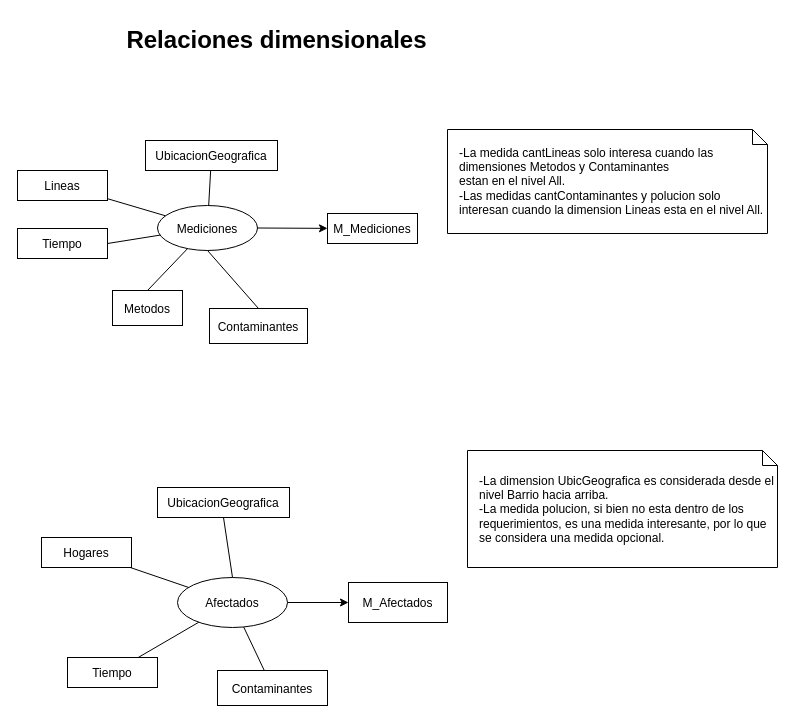
Before: 2. Diseño conceptual/Relaciones dimensionales.drawio in gonzalomelov/dw-calidad-aire-docs, a draw.io diagram. Source tidied: cells renumbered, new cells numbered last; positions are measured from the earlier drawing's top-left corner, leaving out a move shared by most shapes. Both pictures are drawn from the tidied source at 100%, with x=0, y=0 at pixel (17, 17).
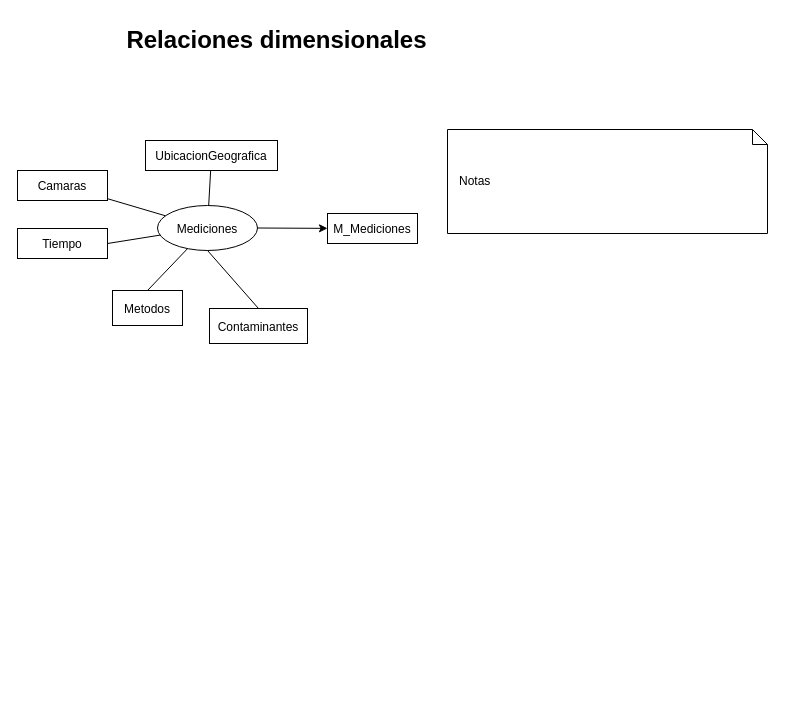
The same page after the edit.

Diff of the diagram source:
```diff
@@
-    <mxCell id="3" value="Lineas" parent="1" vertex="1">
+    <mxCell id="3" value="Camaras" parent="1" vertex="1">
       <mxGeometry y="153" width="90" height="30" as="geometry" />
     </mxCell>
@@
-    <mxCell id="13" value="Hogares" parent="1" vertex="1">
-      <mxGeometry x="24" y="520" width="90" height="30" as="geometry" />
-    </mxCell>
-    <mxCell id="14" value="Contaminantes" parent="1" vertex="1">
-      <mxGeometry x="200" y="653" width="110" height="35" as="geometry" />
-    </mxCell>
-    <mxCell id="15" value="Tiempo" parent="1" vertex="1">
-      <mxGeometry x="50" y="640" width="90" height="30" as="geometry" />
-    </mxCell>
-    <mxCell id="16" value="M_Afectados" parent="1" vertex="1">
-      <mxGeometry x="331" y="565" width="99" height="40" as="geometry" />
-    </mxCell>
-    <mxCell id="17" value="Afectados" style="ellipse;" parent="1" vertex="1">
-      <mxGeometry x="160" y="560" width="110" height="50" as="geometry" />
-    </mxCell>
-    <mxCell id="18" style="edgeStyle=none;endArrow=none;" parent="1" edge="1" source="17" target="13">
-      <mxGeometry relative="1" as="geometry" />
-    </mxCell>
-    <mxCell id="19" style="edgeStyle=none;endArrow=none;" parent="1" edge="1" source="17" target="14">
-      <mxGeometry relative="1" as="geometry" />
-    </mxCell>
-    <mxCell id="20" style="edgeStyle=none;endArrow=none;" parent="1" edge="1" source="17" target="15">
-      <mxGeometry relative="1" as="geometry" />
-    </mxCell>
-    <mxCell id="21" style="edgeStyle=none;" parent="1" edge="1" source="17" target="16">
-      <mxGeometry relative="1" as="geometry" />
-    </mxCell>
@@
-    <mxCell id="25" value="&lt;div&gt;-La medida cantLineas solo interesa cuando las dimensiones Metodos y Contaminantes&lt;/div&gt;&lt;div&gt;estan en el nivel All.&lt;/div&gt;&lt;div&gt;-Las medidas cantContaminantes y polucion solo interesan cuando la dimension Lineas esta en el nivel All.&lt;/div&gt;" style="shape=note;size=15;align=left;spacingLeft=10;html=1;whiteSpace=wrap;" parent="1" vertex="1">
+    <mxCell id="25" value="&lt;div&gt;Notas&lt;/div&gt;" style="shape=note;size=15;align=left;spacingLeft=10;html=1;whiteSpace=wrap;" parent="1" vertex="1">
       <mxGeometry x="430" y="112" width="320" height="104" as="geometry" />
     </mxCell>
-    <mxCell id="26" value="UbicacionGeografica" parent="1" vertex="1">
-      <mxGeometry x="140" y="470" width="132" height="30" as="geometry" />
-    </mxCell>
-    <mxCell id="27" style="edgeStyle=none;endArrow=none;entryX=0.5;entryY=1;exitX=0.5;exitY=0;" parent="1" edge="1" source="17" target="26">
-      <mxGeometry relative="1" as="geometry" />
-    </mxCell>
-    <mxCell id="28" value="&lt;div&gt;-La dimension UbicGeografica es considerada desde el nivel Barrio hacia arriba.&lt;/div&gt;&lt;div&gt;-La medida polucion, si bien no esta dentro de los requerimientos, es una medida interesante, por lo que se considera una medida opcional.&lt;/div&gt;" style="shape=note;size=15;align=left;spacingLeft=10;html=1;whiteSpace=wrap;" parent="1" vertex="1">
-      <mxGeometry x="450" y="433" width="310" height="117" as="geometry" />
-    </mxCell>
```
